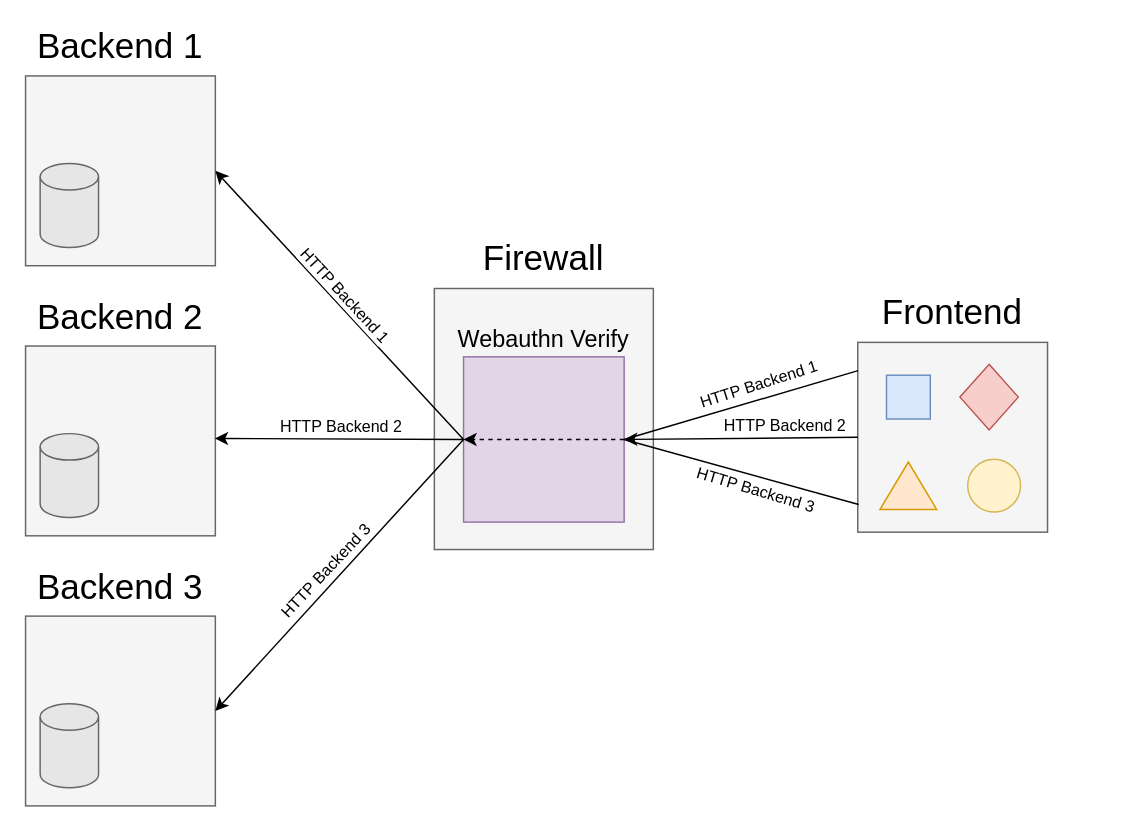
Above: images/multitarget_RESTful.drawio in DamianB-BitFlipper/MEng-Thesis (draw.io), before the change. Source tidied: cells renumbered, new cells numbered last; positions are measured from the earlier drawing's top-left corner, leaving out a move shared by most shapes. Both pictures are drawn from the tidied source at 146%, with x=0, y=0 at pixel (25, 32).
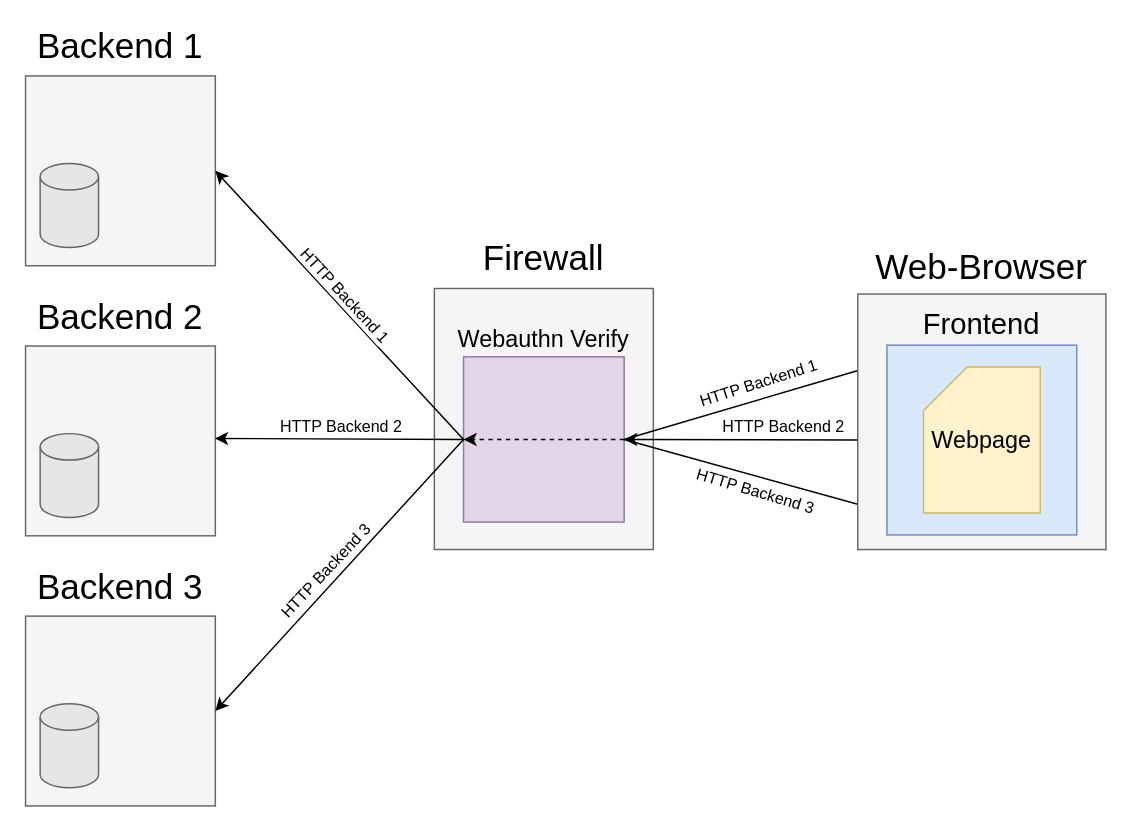
Above is the later version.

The change refers to these unchanged cells:
```xml
<mxCell id="13" style="rounded=0;whiteSpace=wrap;html=1;fillColor=#e1d5e7;strokeColor=#9673a6;" parent="1" vertex="1">
  <mxGeometry x="300" y="221.9" width="110" height="113.2" as="geometry" />
</mxCell>
```

Change to the diagram source:
```diff
@@
-    <mxCell id="2" style="rounded=0;whiteSpace=wrap;html=1;fillColor=#f5f5f5;strokeColor=#666666;fontColor=#333333;" parent="1" vertex="1">
-      <mxGeometry x="570" y="212" width="130" height="130" as="geometry" />
-    </mxCell>
-    <mxCell id="3" value="&lt;font style=&quot;font-size: 24px&quot;&gt;Frontend&lt;/font&gt;" style="text;html=1;strokeColor=none;fillColor=none;align=center;verticalAlign=middle;whiteSpace=wrap;rounded=0;" parent="1" vertex="1">
-      <mxGeometry x="570" y="182" width="130" height="20" as="geometry" />
-    </mxCell>
-    <mxCell id="4" style="rhombus;whiteSpace=wrap;html=1;fillColor=#f8cecc;strokeColor=#b85450;" parent="1" vertex="1">
-      <mxGeometry x="640" y="227" width="40" height="45" as="geometry" />
-    </mxCell>
-    <mxCell id="5" style="rounded=0;whiteSpace=wrap;html=1;fillColor=#dae8fc;strokeColor=#6c8ebf;" parent="1" vertex="1">
-      <mxGeometry x="589.7" y="234.5" width="30" height="30" as="geometry" />
-    </mxCell>
-    <mxCell id="6" style="triangle;whiteSpace=wrap;html=1;rotation=-90;fillColor=#ffe6cc;strokeColor=#d79b00;" parent="1" vertex="1">
-      <mxGeometry x="588.4" y="290.8" width="32.5" height="38.8" as="geometry" />
-    </mxCell>
-    <mxCell id="7" style="ellipse;whiteSpace=wrap;html=1;fillColor=#fff2cc;strokeColor=#d6b656;" parent="1" vertex="1">
-      <mxGeometry x="645.3" y="292" width="36.2" height="36.2" as="geometry" />
-    </mxCell>
@@
-    <mxCell id="21" style="endArrow=none;html=1;exitX=0.002;exitY=0.149;exitDx=0;exitDy=0;entryX=1;entryY=0.5;entryDx=0;entryDy=0;endFill=0;exitPerimeter=0;" parent="1" edge="1" source="2" target="13">
+    <mxCell id="21" style="endArrow=none;html=1;exitX=0.005;exitY=0.298;exitDx=0;exitDy=0;entryX=1;entryY=0.5;entryDx=0;entryDy=0;endFill=0;exitPerimeter=0;" parent="1" edge="1" source="34" target="13">
       <mxGeometry relative="1" as="geometry" />
     </mxCell>
@@
-    <mxCell id="23" style="endArrow=classic;html=1;exitX=0;exitY=0.5;exitDx=0;exitDy=0;entryX=1;entryY=0.5;entryDx=0;entryDy=0;" parent="1" edge="1" source="2" target="13">
+    <mxCell id="23" style="endArrow=classic;html=1;entryX=1;entryY=0.5;entryDx=0;entryDy=0;exitX=0.003;exitY=0.571;exitDx=0;exitDy=0;exitPerimeter=0;" parent="1" edge="1" source="34" target="13">
       <mxGeometry relative="1" as="geometry" />
     </mxCell>
@@
-    <mxCell id="25" style="endArrow=none;html=1;exitX=0.005;exitY=0.854;exitDx=0;exitDy=0;entryX=1;entryY=0.5;entryDx=0;entryDy=0;endFill=0;exitPerimeter=0;" parent="1" edge="1" source="2" target="13">
+    <mxCell id="25" style="endArrow=none;html=1;exitX=0;exitY=0.823;exitDx=0;exitDy=0;entryX=1;entryY=0.5;entryDx=0;entryDy=0;endFill=0;exitPerimeter=0;" parent="1" edge="1" source="34" target="13">
       <mxGeometry relative="1" as="geometry" />
     </mxCell>
@@
+    <mxCell id="34" style="rounded=0;whiteSpace=wrap;html=1;fillColor=#f5f5f5;strokeColor=#666666;fontColor=#333333;" parent="1" vertex="1">
+      <mxGeometry x="570" y="178.9" width="170" height="175" as="geometry" />
+    </mxCell>
+    <mxCell id="35" value="&lt;font style=&quot;font-size: 24px&quot;&gt;Web-Browser&lt;/font&gt;" style="text;html=1;strokeColor=none;fillColor=none;align=center;verticalAlign=middle;whiteSpace=wrap;rounded=0;" parent="1" vertex="1">
+      <mxGeometry x="580" y="151.4" width="150" height="20" as="geometry" />
+    </mxCell>
+    <mxCell id="36" style="rounded=0;whiteSpace=wrap;html=1;fillColor=#dae8fc;strokeColor=#6c8ebf;" parent="1" vertex="1">
+      <mxGeometry x="590" y="213.9" width="130" height="130" as="geometry" />
+    </mxCell>
+    <mxCell id="37" value="&lt;font style=&quot;font-size: 16px&quot;&gt;Webpage&lt;/font&gt;" style="shape=card;whiteSpace=wrap;html=1;fillColor=#fff2cc;strokeColor=#d6b656;" parent="1" vertex="1">
+      <mxGeometry x="615" y="228.9" width="80" height="100" as="geometry" />
+    </mxCell>
+    <mxCell id="3" value="&lt;font style=&quot;font-size: 20px&quot;&gt;Frontend&lt;/font&gt;" style="text;html=1;strokeColor=none;fillColor=none;align=center;verticalAlign=middle;whiteSpace=wrap;rounded=0;" parent="1" vertex="1">
+      <mxGeometry x="590" y="189.1" width="130" height="20" as="geometry" />
+    </mxCell>
```
